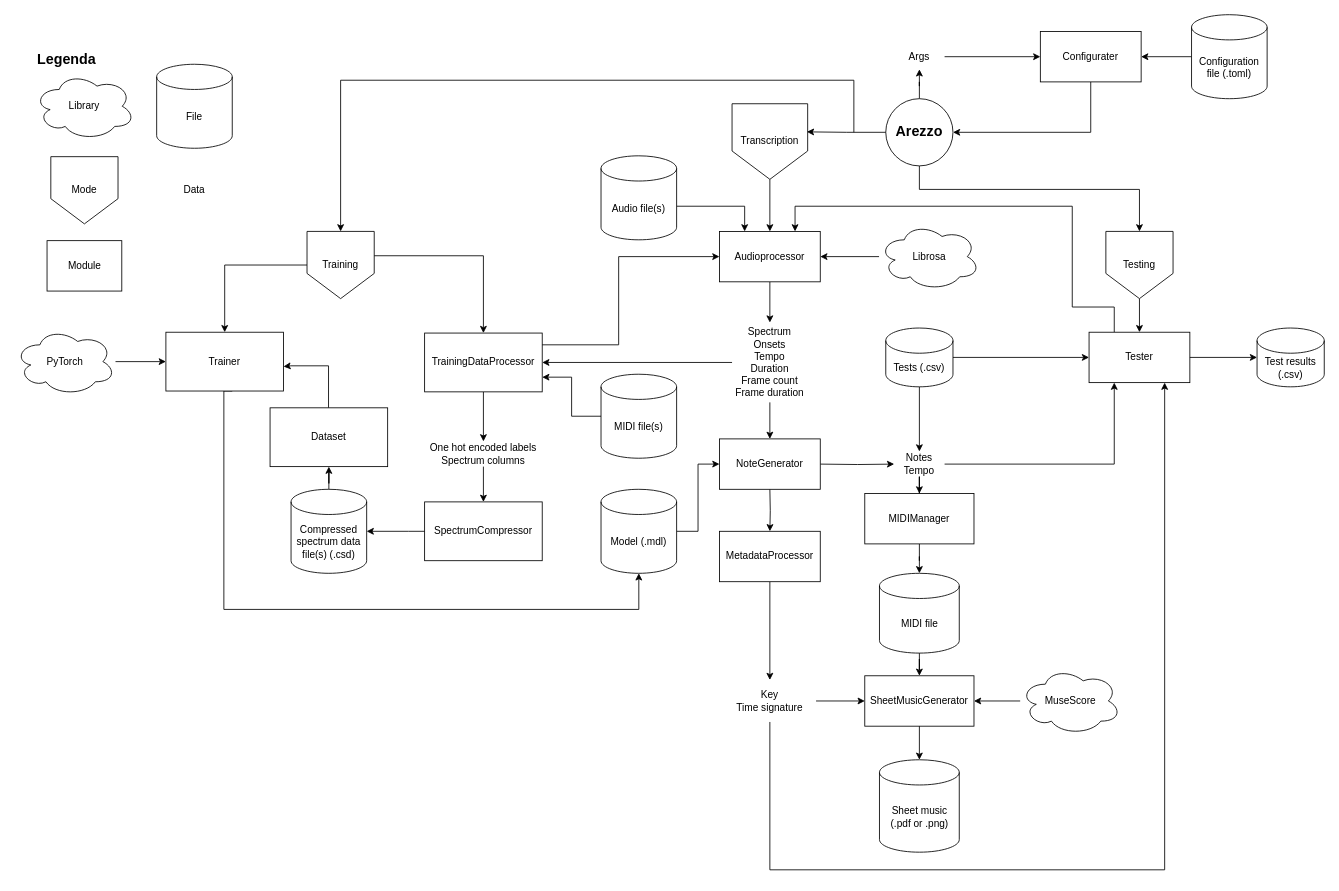
Kat9-123/Arezzo keeps this draw.io diagram as misc/flowchart.drawio. Above is the earlier version. Source tidied: cells renumbered, new cells numbered last; positions are measured from the earlier drawing's top-left corner, leaving out a move shared by most shapes. Both pictures are drawn from the tidied source at 84%, with x=0, y=0 at pixel (14, 14).
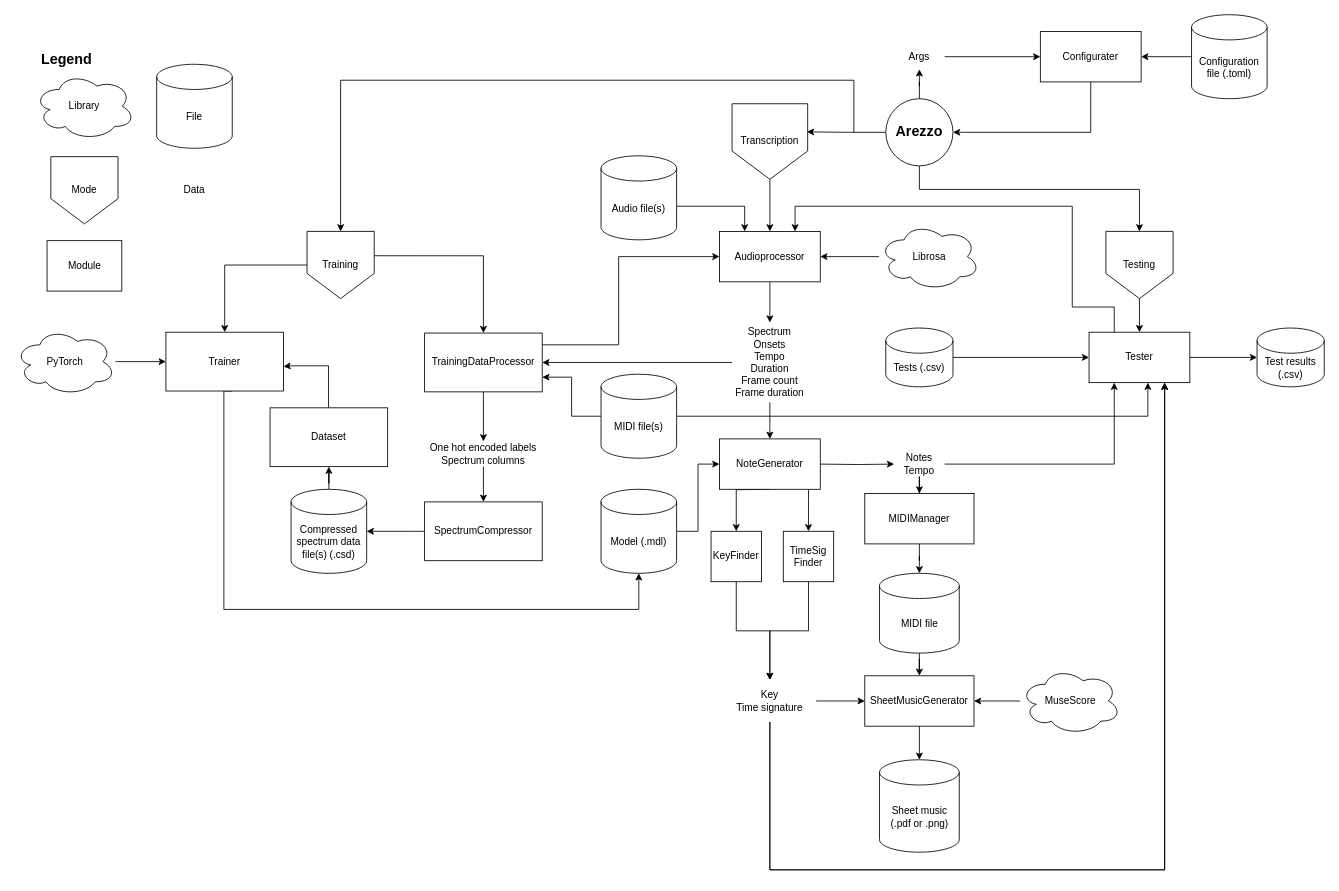
The same page after the edit.

The change refers to these unchanged cells:
```xml
<mxCell id="11" value="NoteGenerator" style="rounded=0;whiteSpace=wrap;html=1;labelBackgroundColor=none;" parent="1" vertex="1">
  <mxGeometry x="839" y="505" width="120" height="60" as="geometry" />
</mxCell>
<mxCell id="21" value="MIDI file(s)" style="shape=cylinder3;whiteSpace=wrap;html=1;boundedLbl=1;backgroundOutline=1;size=15;" parent="1" vertex="1">
  <mxGeometry x="698" y="428" width="90" height="100" as="geometry" />
</mxCell>
<mxCell id="36" value="Tester" style="rounded=0;whiteSpace=wrap;html=1;labelBackgroundColor=none;" parent="1" vertex="1">
  <mxGeometry x="1279" y="378" width="120" height="60" as="geometry" />
</mxCell>
<mxCell id="41" value="Notes&lt;br&gt;Tempo" style="text;html=1;strokeColor=none;fillColor=none;align=center;verticalAlign=middle;whiteSpace=wrap;rounded=0;" parent="1" vertex="1">
  <mxGeometry x="1047" y="520" width="60" height="30" as="geometry" />
</mxCell>
<mxCell id="51" value="Key&lt;br&gt;Time signature" style="text;html=1;strokeColor=none;fillColor=none;align=center;verticalAlign=middle;whiteSpace=wrap;rounded=0;" parent="1" vertex="1">
  <mxGeometry x="844" y="792" width="110" height="50" as="geometry" />
</mxCell>
<mxCell id="58" value="Tests (.csv)" style="shape=cylinder3;whiteSpace=wrap;html=1;boundedLbl=1;backgroundOutline=1;size=15;" parent="1" vertex="1">
  <mxGeometry x="1037" y="373" width="80" height="70" as="geometry" />
</mxCell>
```

Change to the diagram source:
```diff
@@
+    <mxCell id="81" style="edgeStyle=orthogonalEdgeStyle;rounded=0;jettySize=auto;html=1;entryX=0.5;entryY=0;entryDx=0;entryDy=0;" parent="1" edge="1" source="11" target="84">
+      <mxGeometry relative="1" as="geometry">
+        <Array as="points">
+          <mxPoint x="945" y="578" />
+          <mxPoint x="945" y="578" />
+        </Array>
+      </mxGeometry>
+    </mxCell>
@@
+    <mxCell id="82" style="edgeStyle=orthogonalEdgeStyle;rounded=0;jettySize=auto;html=1;" parent="1" edge="1" source="21" target="36">
+      <mxGeometry relative="1" as="geometry">
+        <Array as="points">
+          <mxPoint x="1349" y="478" />
+        </Array>
+      </mxGeometry>
+    </mxCell>
@@
-    <mxCell id="46" value="MetadataProcessor" style="rounded=0;whiteSpace=wrap;html=1;labelBackgroundColor=none;" parent="1" vertex="1">
-      <mxGeometry x="839" y="615" width="120" height="60" as="geometry" />
+    <mxCell id="46" value="KeyFinder" style="rounded=0;whiteSpace=wrap;html=1;labelBackgroundColor=none;" parent="1" vertex="1">
+      <mxGeometry x="829" y="615" width="60" height="60" as="geometry" />
     </mxCell>
@@
-    <mxCell id="57" style="edgeStyle=orthogonalEdgeStyle;rounded=0;jettySize=auto;html=1;" parent="1" edge="1" source="58" target="41">
-      <mxGeometry relative="1" as="geometry" />
-    </mxCell>
@@
-    <mxCell id="67" value="&lt;font style=&quot;font-size: 17px;&quot;&gt;&lt;b&gt;Legenda&lt;/b&gt;&lt;/font&gt;" style="text;html=1;strokeColor=none;fillColor=none;align=center;verticalAlign=middle;whiteSpace=wrap;rounded=0;" parent="1" vertex="1">
+    <mxCell id="67" value="&lt;font style=&quot;font-size: 17px;&quot;&gt;&lt;b&gt;Legend&lt;/b&gt;&lt;/font&gt;" style="text;html=1;strokeColor=none;fillColor=none;align=center;verticalAlign=middle;whiteSpace=wrap;rounded=0;" parent="1" vertex="1">
       <mxGeometry x="32" y="39" width="60" height="30" as="geometry" />
     </mxCell>
@@
+    <mxCell id="83" style="edgeStyle=orthogonalEdgeStyle;rounded=0;jettySize=auto;html=1;" parent="1" edge="1" source="84" target="51">
+      <mxGeometry relative="1" as="geometry" />
+    </mxCell>
+    <mxCell id="84" value="TimeSig&lt;br&gt;Finder" style="rounded=0;whiteSpace=wrap;html=1;labelBackgroundColor=none;" parent="1" vertex="1">
+      <mxGeometry x="915" y="615" width="60" height="60" as="geometry" />
+    </mxCell>
+    <mxCell id="85" style="edgeStyle=orthogonalEdgeStyle;rounded=0;orthogonalLoop=1;jettySize=auto;html=1;entryX=0.75;entryY=1;entryDx=0;entryDy=0;" parent="1" edge="1">
+      <mxGeometry relative="1" as="geometry">
+        <mxPoint x="899" y="842" as="sourcePoint" />
+        <mxPoint x="1369" y="438" as="targetPoint" />
+        <Array as="points">
+          <mxPoint x="899" y="1018" />
+          <mxPoint x="1369" y="1018" />
+        </Array>
+      </mxGeometry>
+    </mxCell>
```
